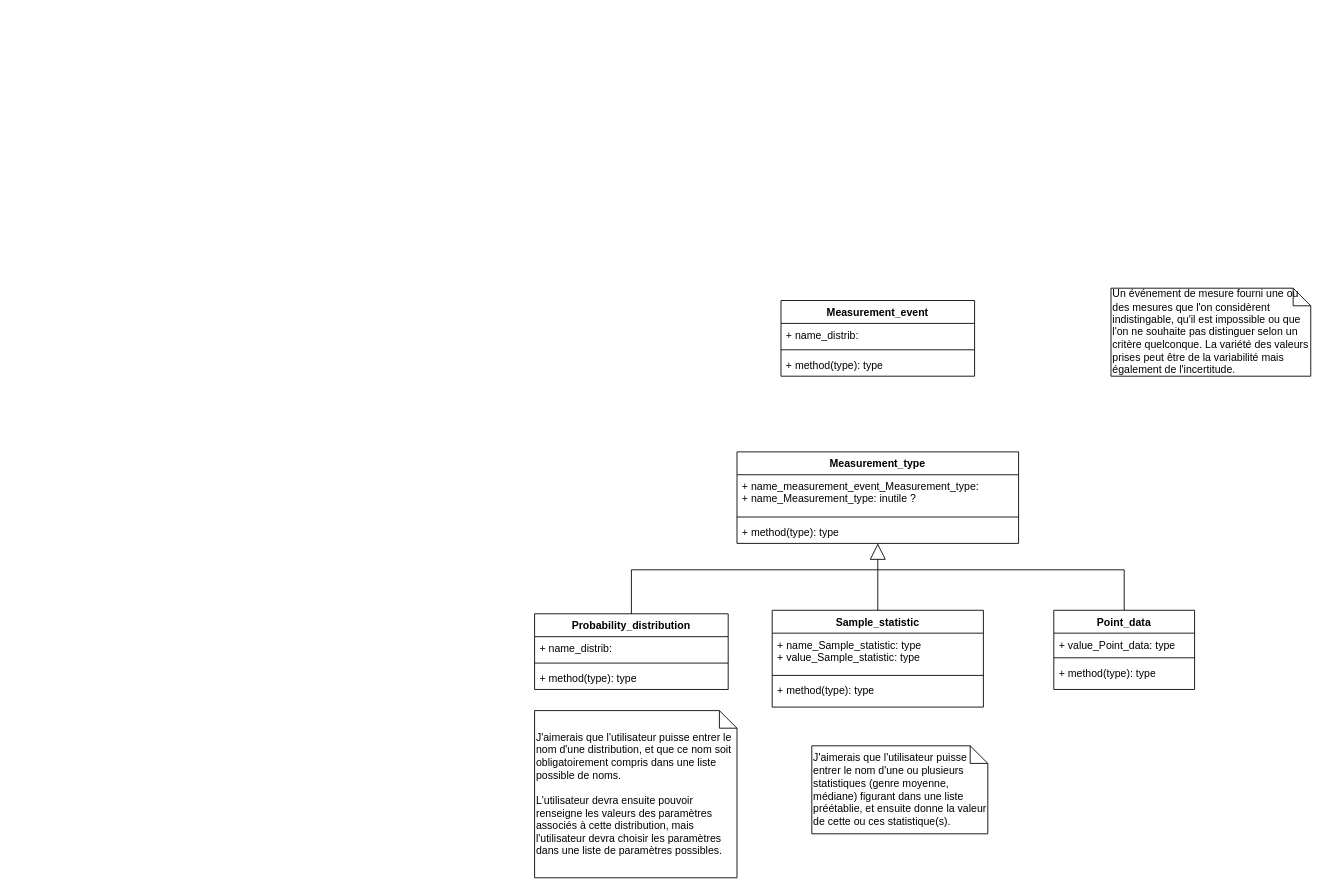
This is Diagramme sans nom.drawio from clementblassiau/aggregate-exposure-modelling, a draw.io file, before an edit. Source tidied: cells renumbered, new cells numbered last; positions are measured from the earlier drawing's top-left corner, leaving out a move shared by most shapes. Both pictures are drawn from the tidied source at 88%, with x=0, y=0 at pixel (534, 288).
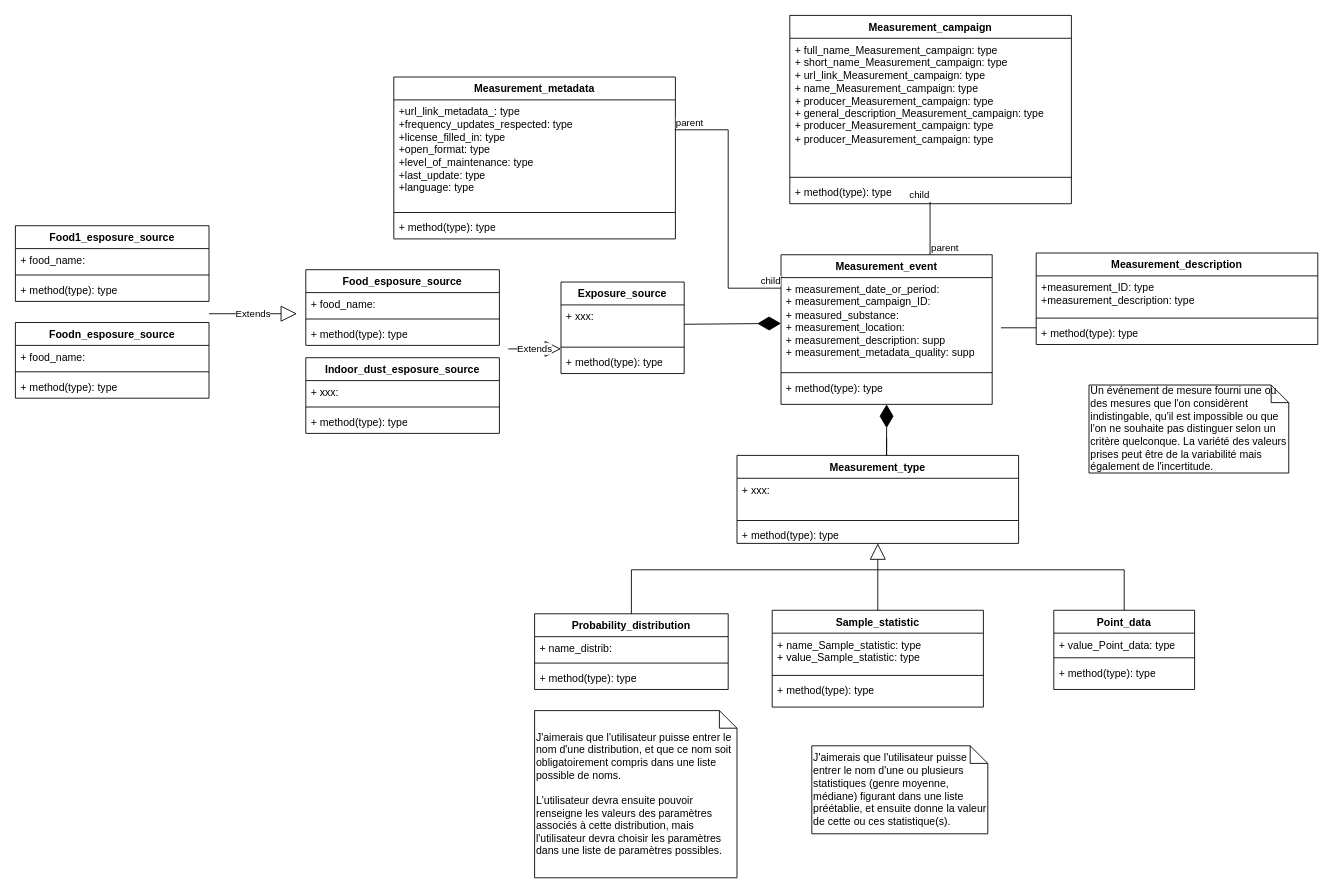
The same diagram, later.

Commit message:
Mettre à jour Diagramme sans nom.drawio

The edit, as a diff of the source:
```diff
@@
     <mxCell id="8" value="Measurement_event" style="swimlane;fontStyle=1;align=center;verticalAlign=top;horizontal=1;startSize=26;whiteSpace=wrap;html=1;" parent="1" vertex="1">
-      <mxGeometry x="280" y="14" width="220" height="86" as="geometry" />
+      <mxGeometry x="280" y="-38" width="240" height="170" as="geometry" />
     </mxCell>
-    <mxCell id="9" value="+ name_distrib:&amp;nbsp;&amp;nbsp;" style="text;strokeColor=none;fillColor=none;align=left;verticalAlign=top;spacingLeft=4;spacingRight=4;overflow=hidden;points=[[0,0.5],[1,0.5]];portConstraint=eastwest;whiteSpace=wrap;html=1;" parent="8" vertex="1">
-      <mxGeometry y="26" width="220" height="26" as="geometry" />
+    <mxCell id="9" value="+ measurement_date_or_period:&lt;br&gt;+ measurement_campaign_ID:&lt;br&gt;+ measured_substance:&lt;br&gt;+ measurement_location:&lt;br&gt;+ measurement_description: supp&lt;br&gt;+ measurement_metadata_quality: supp&lt;br&gt;&lt;br&gt;&amp;nbsp;&amp;nbsp;" style="text;strokeColor=none;fillColor=none;align=left;verticalAlign=top;spacingLeft=4;spacingRight=4;overflow=hidden;points=[[0,0.5],[1,0.5]];portConstraint=eastwest;whiteSpace=wrap;html=1;" parent="8" vertex="1">
+      <mxGeometry y="26" width="240" height="104" as="geometry" />
     </mxCell>
     <mxCell id="10" style="line;strokeWidth=1;fillColor=none;align=left;verticalAlign=middle;spacingTop=-1;spacingLeft=3;spacingRight=3;labelPosition=right;strokeColor=inherit;" parent="8" vertex="1">
-      <mxGeometry y="52" width="220" height="8" as="geometry" />
+      <mxGeometry y="130" width="240" height="8" as="geometry" />
     </mxCell>
     <mxCell id="11" value="+ method(type): type" style="text;strokeColor=none;fillColor=none;align=left;verticalAlign=top;spacingLeft=4;spacingRight=4;overflow=hidden;whiteSpace=wrap;html=1;" parent="8" vertex="1">
-      <mxGeometry y="60" width="220" height="26" as="geometry" />
+      <mxGeometry y="138" width="240" height="32" as="geometry" />
     </mxCell>
     <mxCell id="12" value="Un événement de mesure fourni une ou des mesures que l'on considèrent indistingable, qu'il est impossible ou que l'on ne souhaite pas distinguer selon un critère quelconque. La variété des valeurs prises peut être de la variabilité mais également de l'incertitude." style="shape=note;size=20;whiteSpace=wrap;html=1;align=left;" parent="1" vertex="1">
-      <mxGeometry x="655" width="227" height="100" as="geometry" />
+      <mxGeometry x="630" y="110" width="227" height="100" as="geometry" />
     </mxCell>
     <mxCell id="13" value="Measurement_type" style="swimlane;fontStyle=1;align=center;verticalAlign=top;horizontal=1;startSize=26;whiteSpace=wrap;html=1;" parent="1" vertex="1">
-      <mxGeometry x="230" y="186" width="320" height="104" as="geometry" />
+      <mxGeometry x="230" y="190" width="320" height="100" as="geometry" />
     </mxCell>
-    <mxCell id="14" value="+ name_measurement_event_Measurement_type:&lt;br&gt;+ name_Measurement_type: inutile ?&amp;nbsp;" style="text;strokeColor=none;fillColor=none;align=left;verticalAlign=top;spacingLeft=4;spacingRight=4;overflow=hidden;whiteSpace=wrap;html=1;" parent="13" vertex="1">
+    <mxCell id="14" value="+ xxx:&lt;br&gt;" style="text;strokeColor=none;fillColor=none;align=left;verticalAlign=top;spacingLeft=4;spacingRight=4;overflow=hidden;whiteSpace=wrap;html=1;" parent="13" vertex="1">
       <mxGeometry y="26" width="320" height="44" as="geometry" />
     </mxCell>
@@
     <mxCell id="16" value="+ method(type): type" style="text;strokeColor=none;fillColor=none;align=left;verticalAlign=top;spacingLeft=4;spacingRight=4;overflow=hidden;whiteSpace=wrap;html=1;" parent="13" vertex="1">
-      <mxGeometry y="78" width="320" height="26" as="geometry" />
+      <mxGeometry y="78" width="320" height="22" as="geometry" />
     </mxCell>
@@
+    <mxCell id="27" value="Food_esposure_source" style="swimlane;fontStyle=1;align=center;verticalAlign=top;horizontal=1;startSize=26;whiteSpace=wrap;html=1;" parent="1" vertex="1">
+      <mxGeometry x="-260" y="-21" width="220" height="86" as="geometry" />
+    </mxCell>
+    <mxCell id="28" value="+ food_name:&amp;nbsp;&amp;nbsp;" style="text;strokeColor=none;fillColor=none;align=left;verticalAlign=top;spacingLeft=4;spacingRight=4;overflow=hidden;whiteSpace=wrap;html=1;" parent="27" vertex="1">
+      <mxGeometry y="26" width="220" height="26" as="geometry" />
+    </mxCell>
+    <mxCell id="29" style="line;strokeWidth=1;fillColor=none;align=left;verticalAlign=middle;spacingTop=-1;spacingLeft=3;spacingRight=3;labelPosition=right;strokeColor=inherit;" parent="27" vertex="1">
+      <mxGeometry y="52" width="220" height="8" as="geometry" />
+    </mxCell>
+    <mxCell id="30" value="+ method(type): type" style="text;strokeColor=none;fillColor=none;align=left;verticalAlign=top;spacingLeft=4;spacingRight=4;overflow=hidden;whiteSpace=wrap;html=1;" parent="27" vertex="1">
+      <mxGeometry y="60" width="220" height="26" as="geometry" />
+    </mxCell>
+    <mxCell id="31" value="Indoor_dust_esposure_source" style="swimlane;fontStyle=1;align=center;verticalAlign=top;horizontal=1;startSize=26;whiteSpace=wrap;html=1;" parent="1" vertex="1">
+      <mxGeometry x="-260" y="79" width="220" height="86" as="geometry" />
+    </mxCell>
+    <mxCell id="32" value="+ xxx:&amp;nbsp;&amp;nbsp;" style="text;strokeColor=none;fillColor=none;align=left;verticalAlign=top;spacingLeft=4;spacingRight=4;overflow=hidden;whiteSpace=wrap;html=1;" parent="31" vertex="1">
+      <mxGeometry y="26" width="220" height="26" as="geometry" />
+    </mxCell>
+    <mxCell id="33" style="line;strokeWidth=1;fillColor=none;align=left;verticalAlign=middle;spacingTop=-1;spacingLeft=3;spacingRight=3;labelPosition=right;strokeColor=inherit;" parent="31" vertex="1">
+      <mxGeometry y="52" width="220" height="8" as="geometry" />
+    </mxCell>
+    <mxCell id="34" value="+ method(type): type" style="text;strokeColor=none;fillColor=none;align=left;verticalAlign=top;spacingLeft=4;spacingRight=4;overflow=hidden;whiteSpace=wrap;html=1;" parent="31" vertex="1">
+      <mxGeometry y="60" width="220" height="26" as="geometry" />
+    </mxCell>
+    <mxCell id="35" value="Extends" style="endArrow=block;endSize=16;endFill=0;html=1;rounded=0;" parent="31" edge="1">
+      <mxGeometry relative="1" as="geometry">
+        <mxPoint x="230" y="-10" as="sourcePoint" />
+        <mxPoint x="290" y="-10" as="targetPoint" />
+      </mxGeometry>
+    </mxCell>
+    <mxCell id="36" value="Food1_esposure_source" style="swimlane;fontStyle=1;align=center;verticalAlign=top;horizontal=1;startSize=26;whiteSpace=wrap;html=1;" parent="1" vertex="1">
+      <mxGeometry x="-590" y="-71" width="220" height="86" as="geometry" />
+    </mxCell>
+    <mxCell id="37" value="+ food_name:&amp;nbsp;&amp;nbsp;" style="text;strokeColor=none;fillColor=none;align=left;verticalAlign=top;spacingLeft=4;spacingRight=4;overflow=hidden;whiteSpace=wrap;html=1;" parent="36" vertex="1">
+      <mxGeometry y="26" width="220" height="26" as="geometry" />
+    </mxCell>
+    <mxCell id="38" style="line;strokeWidth=1;fillColor=none;align=left;verticalAlign=middle;spacingTop=-1;spacingLeft=3;spacingRight=3;labelPosition=right;strokeColor=inherit;" parent="36" vertex="1">
+      <mxGeometry y="52" width="220" height="8" as="geometry" />
+    </mxCell>
+    <mxCell id="39" value="+ method(type): type" style="text;strokeColor=none;fillColor=none;align=left;verticalAlign=top;spacingLeft=4;spacingRight=4;overflow=hidden;whiteSpace=wrap;html=1;" parent="36" vertex="1">
+      <mxGeometry y="60" width="220" height="26" as="geometry" />
+    </mxCell>
+    <mxCell id="40" value="Foodn_esposure_source" style="swimlane;fontStyle=1;align=center;verticalAlign=top;horizontal=1;startSize=26;whiteSpace=wrap;html=1;" parent="1" vertex="1">
+      <mxGeometry x="-590" y="39" width="220" height="86" as="geometry" />
+    </mxCell>
+    <mxCell id="41" value="+ food_name:&amp;nbsp;&amp;nbsp;" style="text;strokeColor=none;fillColor=none;align=left;verticalAlign=top;spacingLeft=4;spacingRight=4;overflow=hidden;whiteSpace=wrap;html=1;" parent="40" vertex="1">
+      <mxGeometry y="26" width="220" height="26" as="geometry" />
+    </mxCell>
+    <mxCell id="42" style="line;strokeWidth=1;fillColor=none;align=left;verticalAlign=middle;spacingTop=-1;spacingLeft=3;spacingRight=3;labelPosition=right;strokeColor=inherit;" parent="40" vertex="1">
+      <mxGeometry y="52" width="220" height="8" as="geometry" />
+    </mxCell>
+    <mxCell id="43" value="+ method(type): type" style="text;strokeColor=none;fillColor=none;align=left;verticalAlign=top;spacingLeft=4;spacingRight=4;overflow=hidden;whiteSpace=wrap;html=1;" parent="40" vertex="1">
+      <mxGeometry y="60" width="220" height="26" as="geometry" />
+    </mxCell>
+    <mxCell id="44" value="Extends" style="endArrow=block;endSize=16;endFill=0;html=1;rounded=0;" parent="1" edge="1">
+      <mxGeometry relative="1" as="geometry">
+        <mxPoint x="-370" y="29" as="sourcePoint" />
+        <mxPoint x="-270" y="29" as="targetPoint" />
+        <Array as="points">
+          <mxPoint x="-370" y="29" />
+        </Array>
+      </mxGeometry>
+    </mxCell>
+    <mxCell id="45" style="endArrow=diamondThin;endFill=1;endSize=24;html=1;rounded=0;" parent="1" edge="1">
+      <mxGeometry relative="1" as="geometry">
+        <mxPoint x="400" y="170" as="sourcePoint" />
+        <mxPoint x="400" y="132" as="targetPoint" />
+        <Array as="points">
+          <mxPoint x="400" y="190" />
+        </Array>
+      </mxGeometry>
+    </mxCell>
+    <mxCell id="46" value="Exposure_source" style="swimlane;fontStyle=1;align=center;verticalAlign=top;horizontal=1;startSize=26;whiteSpace=wrap;html=1;" parent="1" vertex="1">
+      <mxGeometry x="30" y="-7" width="140" height="104" as="geometry" />
+    </mxCell>
+    <mxCell id="47" value="+ xxx:&lt;br&gt;" style="text;strokeColor=none;fillColor=none;align=left;verticalAlign=top;spacingLeft=4;spacingRight=4;overflow=hidden;points=[[0,0.5],[1,0.5]];portConstraint=eastwest;whiteSpace=wrap;html=1;" parent="46" vertex="1">
+      <mxGeometry y="26" width="140" height="44" as="geometry" />
+    </mxCell>
+    <mxCell id="48" style="line;strokeWidth=1;fillColor=none;align=left;verticalAlign=middle;spacingTop=-1;spacingLeft=3;spacingRight=3;labelPosition=right;strokeColor=inherit;" parent="46" vertex="1">
+      <mxGeometry y="70" width="140" height="8" as="geometry" />
+    </mxCell>
+    <mxCell id="49" value="+ method(type): type" style="text;strokeColor=none;fillColor=none;align=left;verticalAlign=top;spacingLeft=4;spacingRight=4;overflow=hidden;whiteSpace=wrap;html=1;" parent="46" vertex="1">
+      <mxGeometry y="78" width="140" height="26" as="geometry" />
+    </mxCell>
+    <mxCell id="50" style="endArrow=diamondThin;endFill=1;endSize=24;html=1;rounded=0;exitX=1;exitY=0.5;exitDx=0;exitDy=0;entryX=0;entryY=0.5;entryDx=0;entryDy=0;" parent="1" edge="1" source="47" target="9">
+      <mxGeometry relative="1" as="geometry" />
+    </mxCell>
+    <mxCell id="51" value="Measurement_campaign" style="swimlane;fontStyle=1;align=center;verticalAlign=top;horizontal=1;startSize=26;whiteSpace=wrap;html=1;" parent="1" vertex="1">
+      <mxGeometry x="290" y="-310" width="320" height="214" as="geometry" />
+    </mxCell>
+    <mxCell id="52" value="+ full_name_Measurement_campaign: type&lt;br&gt;+ short_name_Measurement_campaign: type&lt;br&gt;+ url_link_Measurement_campaign: type&lt;br&gt;+ name_Measurement_campaign: type&lt;br&gt;+ producer_Measurement_campaign: type&lt;br&gt;+ general_description_Measurement_campaign: type&lt;br&gt;+ producer_Measurement_campaign: type&lt;br&gt;+ producer_Measurement_campaign: type&lt;br&gt;" style="text;strokeColor=none;fillColor=none;align=left;verticalAlign=top;spacingLeft=4;spacingRight=4;overflow=hidden;whiteSpace=wrap;html=1;" parent="51" vertex="1">
+      <mxGeometry y="26" width="320" height="154" as="geometry" />
+    </mxCell>
+    <mxCell id="53" style="line;strokeWidth=1;fillColor=none;align=left;verticalAlign=middle;spacingTop=-1;spacingLeft=3;spacingRight=3;labelPosition=right;strokeColor=inherit;" parent="51" vertex="1">
+      <mxGeometry y="180" width="320" height="8" as="geometry" />
+    </mxCell>
+    <mxCell id="54" value="+ method(type): type" style="text;strokeColor=none;fillColor=none;align=left;verticalAlign=top;spacingLeft=4;spacingRight=4;overflow=hidden;whiteSpace=wrap;html=1;" parent="51" vertex="1">
+      <mxGeometry y="188" width="320" height="26" as="geometry" />
+    </mxCell>
+    <mxCell id="55" style="line;strokeWidth=1;fillColor=none;align=left;verticalAlign=middle;spacingTop=-1;spacingLeft=3;spacingRight=3;labelPosition=right;strokeColor=inherit;" parent="1" vertex="1">
+      <mxGeometry x="530" y="41" width="40" height="8" as="geometry" />
+    </mxCell>
+    <mxCell id="56" value="Measurement_description" style="swimlane;fontStyle=1;align=center;verticalAlign=top;horizontal=1;startSize=26;whiteSpace=wrap;html=1;" parent="1" vertex="1">
+      <mxGeometry x="570" y="-40" width="320" height="104" as="geometry" />
+    </mxCell>
+    <mxCell id="57" value="+measurement_ID: type&lt;br&gt;+measurement_description: type" style="text;strokeColor=none;fillColor=none;align=left;verticalAlign=top;spacingLeft=4;spacingRight=4;overflow=hidden;whiteSpace=wrap;html=1;" parent="56" vertex="1">
+      <mxGeometry y="26" width="320" height="44" as="geometry" />
+    </mxCell>
+    <mxCell id="58" style="line;strokeWidth=1;fillColor=none;align=left;verticalAlign=middle;spacingTop=-1;spacingLeft=3;spacingRight=3;labelPosition=right;strokeColor=inherit;" parent="56" vertex="1">
+      <mxGeometry y="70" width="320" height="8" as="geometry" />
+    </mxCell>
+    <mxCell id="59" value="+ method(type): type" style="text;strokeColor=none;fillColor=none;align=left;verticalAlign=top;spacingLeft=4;spacingRight=4;overflow=hidden;whiteSpace=wrap;html=1;" parent="56" vertex="1">
+      <mxGeometry y="78" width="320" height="26" as="geometry" />
+    </mxCell>
+    <mxCell id="60" value="Measurement_metadata" style="swimlane;fontStyle=1;align=center;verticalAlign=top;horizontal=1;startSize=26;whiteSpace=wrap;html=1;" parent="1" vertex="1">
+      <mxGeometry x="-160" y="-240" width="320" height="184" as="geometry" />
+    </mxCell>
+    <mxCell id="61" value="+url_link_metadata_: type&lt;br&gt;+frequency_updates_respected: type&lt;br&gt;+license_filled_in: type&lt;br&gt;+open_format: type&lt;br&gt;+level_of_maintenance: type&lt;br&gt;+last_update: type&lt;br&gt;+language: type&lt;br&gt;" style="text;strokeColor=none;fillColor=none;align=left;verticalAlign=top;spacingLeft=4;spacingRight=4;overflow=hidden;points=[[0,0.5],[1,0.5]];portConstraint=eastwest;whiteSpace=wrap;html=1;" parent="60" vertex="1">
+      <mxGeometry y="26" width="320" height="124" as="geometry" />
+    </mxCell>
+    <mxCell id="62" style="line;strokeWidth=1;fillColor=none;align=left;verticalAlign=middle;spacingTop=-1;spacingLeft=3;spacingRight=3;labelPosition=right;strokeColor=inherit;" parent="60" vertex="1">
+      <mxGeometry y="150" width="320" height="8" as="geometry" />
+    </mxCell>
+    <mxCell id="63" value="+ method(type): type" style="text;strokeColor=none;fillColor=none;align=left;verticalAlign=top;spacingLeft=4;spacingRight=4;overflow=hidden;whiteSpace=wrap;html=1;" parent="60" vertex="1">
+      <mxGeometry y="158" width="320" height="26" as="geometry" />
+    </mxCell>
+    <mxCell id="64" style="endArrow=none;html=1;edgeStyle=orthogonalEdgeStyle;rounded=0;" parent="1" edge="1">
+      <mxGeometry relative="1" as="geometry">
+        <mxPoint x="449.4" y="-38" as="sourcePoint" />
+        <mxPoint x="449.4" y="-98" as="targetPoint" />
+        <Array as="points">
+          <mxPoint x="449.4" y="-68" />
+          <mxPoint x="449.4" y="-68" />
+        </Array>
+      </mxGeometry>
+    </mxCell>
+    <mxCell id="65" value="parent" style="edgeLabel;html=1;align=left;verticalAlign=bottom;" parent="64" vertex="1">
+      <mxGeometry x="-1" relative="1" as="geometry" />
+    </mxCell>
+    <mxCell id="66" value="child" style="edgeLabel;html=1;align=right;verticalAlign=bottom;" parent="64" vertex="1">
+      <mxGeometry x="1" relative="1" as="geometry" />
+    </mxCell>
+    <mxCell id="67" style="endArrow=none;html=1;edgeStyle=orthogonalEdgeStyle;rounded=0;exitX=0.998;exitY=0.274;exitDx=0;exitDy=0;exitPerimeter=0;entryX=0;entryY=0.115;entryDx=0;entryDy=0;entryPerimeter=0;" parent="1" edge="1" source="61" target="9">
+      <mxGeometry relative="1" as="geometry" />
+    </mxCell>
+    <mxCell id="68" value="parent" style="edgeLabel;html=1;align=left;verticalAlign=bottom;" parent="67" vertex="1">
+      <mxGeometry x="-1" relative="1" as="geometry" />
+    </mxCell>
+    <mxCell id="69" value="child" style="edgeLabel;html=1;align=right;verticalAlign=bottom;" parent="67" vertex="1">
+      <mxGeometry x="1" relative="1" as="geometry" />
+    </mxCell>
```
